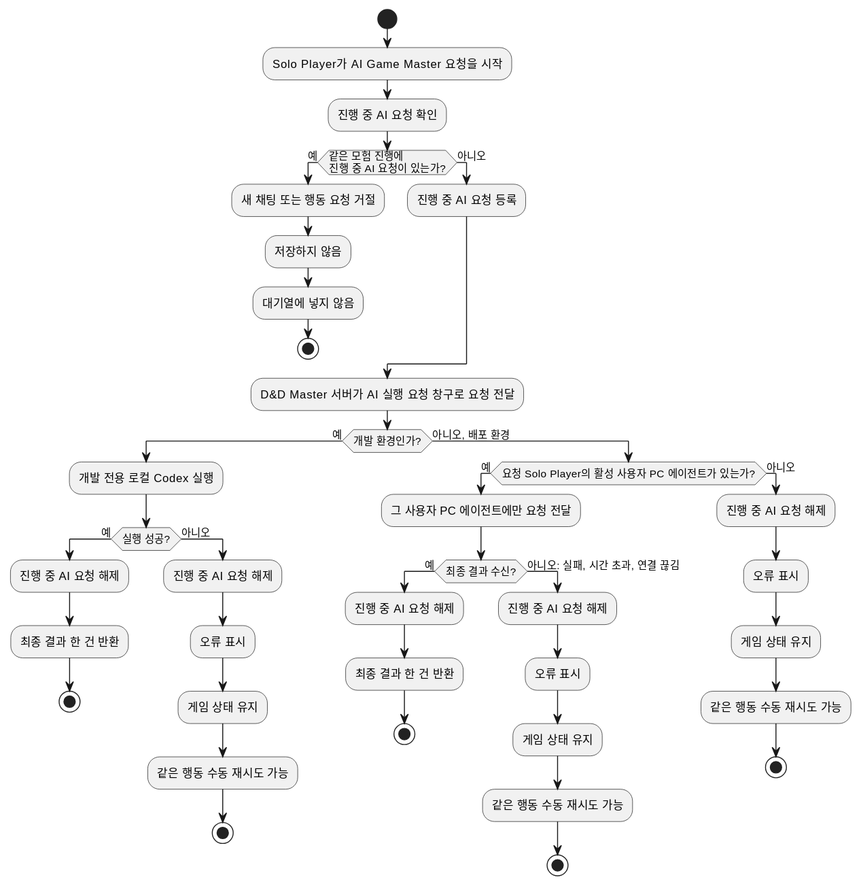
omegafrog/dnd-master keeps this PlantUML diagram as docs/specs/remote-codex-agent-port/diagrams/product/UC-01.activity.svg. Above is the earlier version. Source of this version:
```plantuml
@startuml
skinparam shadowing false
start

:Solo Player가 AI Game Master 요청을 시작;
:진행 중 AI 요청 확인;

if (같은 모험 진행에\n진행 중 AI 요청이 있는가?) then (예)
  :새 채팅 또는 행동 요청 거절;
  :저장하지 않음;
  :대기열에 넣지 않음;
  stop
else (아니오)
  :진행 중 AI 요청 등록;
endif

:D&D Master 서버가 AI 실행 요청 창구로 요청 전달;

if (개발 환경인가?) then (예)
  :개발 전용 로컬 Codex 실행;
  if (실행 성공?) then (예)
    :진행 중 AI 요청 해제;
    :최종 결과 한 건 반환;
    stop
  else (아니오)
    :진행 중 AI 요청 해제;
    :오류 표시;
    :게임 상태 유지;
    :같은 행동 수동 재시도 가능;
    stop
  endif
else (아니오, 배포 환경)
  if (요청 Solo Player의 활성 사용자 PC 에이전트가 있는가?) then (예)
    :그 사용자 PC 에이전트에만 요청 전달;
    if (최종 결과 수신?) then (예)
      :진행 중 AI 요청 해제;
      :최종 결과 한 건 반환;
      stop
    else (아니오: 실패, 시간 초과, 연결 끊김)
      :진행 중 AI 요청 해제;
      :오류 표시;
      :게임 상태 유지;
      :같은 행동 수동 재시도 가능;
      stop
    endif
  else (아니오)
    :진행 중 AI 요청 해제;
    :오류 표시;
    :게임 상태 유지;
    :같은 행동 수동 재시도 가능;
    stop
  endif
endif
@enduml
```
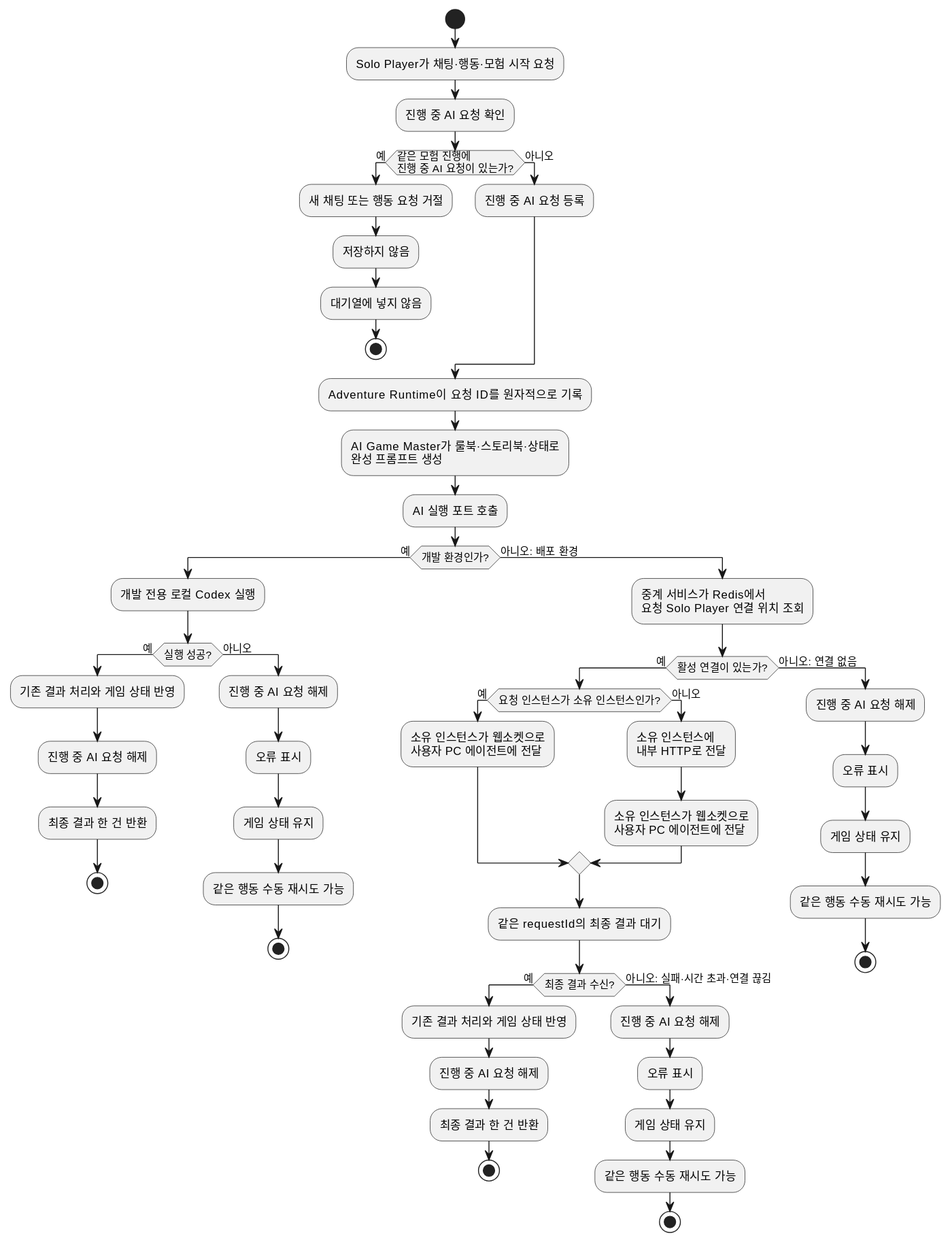
The same diagram one commit later.

What changed in the source:
```diff
@@ -2,7 +2,7 @@
 skinparam shadowing false
 start
 
-:Solo Player가 AI Game Master 요청을 시작;
+:Solo Player가 채팅·행동·모험 시작 요청;
 :진행 중 AI 요청 확인;
 
 if (같은 모험 진행에\n진행 중 AI 요청이 있는가?) then (예)
@@ -14,11 +14,15 @@
   :진행 중 AI 요청 등록;
 endif
 
-:D&D Master 서버가 AI 실행 요청 창구로 요청 전달;
+:Adventure Runtime이 요청 ID를 원자적으로 기록;
+:AI Game Master가 룰북·스토리북·상태로
+완성 프롬프트 생성;
+:AI 실행 포트 호출;
 
 if (개발 환경인가?) then (예)
   :개발 전용 로컬 Codex 실행;
   if (실행 성공?) then (예)
+    :기존 결과 처리와 게임 상태 반영;
     :진행 중 AI 요청 해제;
     :최종 결과 한 건 반환;
     stop
@@ -29,21 +33,33 @@
     :같은 행동 수동 재시도 가능;
     stop
   endif
-else (아니오, 배포 환경)
-  if (요청 Solo Player의 활성 사용자 PC 에이전트가 있는가?) then (예)
-    :그 사용자 PC 에이전트에만 요청 전달;
+else (아니오: 배포 환경)
+  :중계 서비스가 Redis에서
+  요청 Solo Player 연결 위치 조회;
+  if (활성 연결이 있는가?) then (예)
+    if (요청 인스턴스가 소유 인스턴스인가?) then (예)
+      :소유 인스턴스가 웹소켓으로
+      사용자 PC 에이전트에 전달;
+    else (아니오)
+      :소유 인스턴스에
+      내부 HTTP로 전달;
+      :소유 인스턴스가 웹소켓으로
+      사용자 PC 에이전트에 전달;
+    endif
+    :같은 requestId의 최종 결과 대기;
     if (최종 결과 수신?) then (예)
+      :기존 결과 처리와 게임 상태 반영;
       :진행 중 AI 요청 해제;
       :최종 결과 한 건 반환;
       stop
-    else (아니오: 실패, 시간 초과, 연결 끊김)
+    else (아니오: 실패·시간 초과·연결 끊김)
       :진행 중 AI 요청 해제;
       :오류 표시;
       :게임 상태 유지;
       :같은 행동 수동 재시도 가능;
       stop
     endif
-  else (아니오)
+  else (아니오: 연결 없음)
     :진행 중 AI 요청 해제;
     :오류 표시;
     :게임 상태 유지;
```
